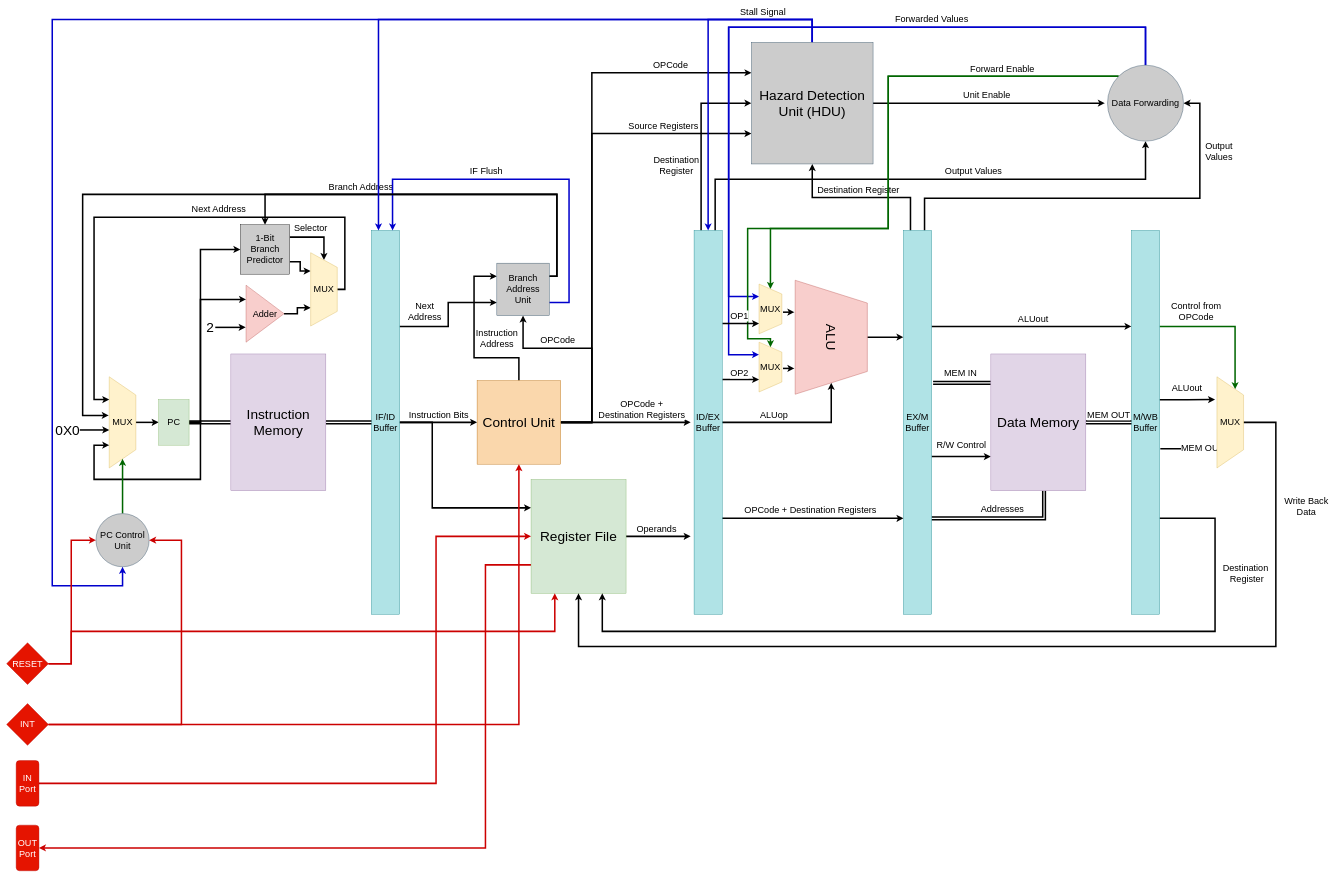
Before: docs/overall_system.drawio in mido3ds/pipeline-risc-cpu, a draw.io diagram. Source tidied: cells renumbered, new cells numbered last; positions are measured from the earlier drawing's top-left corner, leaving out a move shared by most shapes. Both pictures are drawn from the tidied source at 38%, with x=0, y=0 at pixel (6, 19).
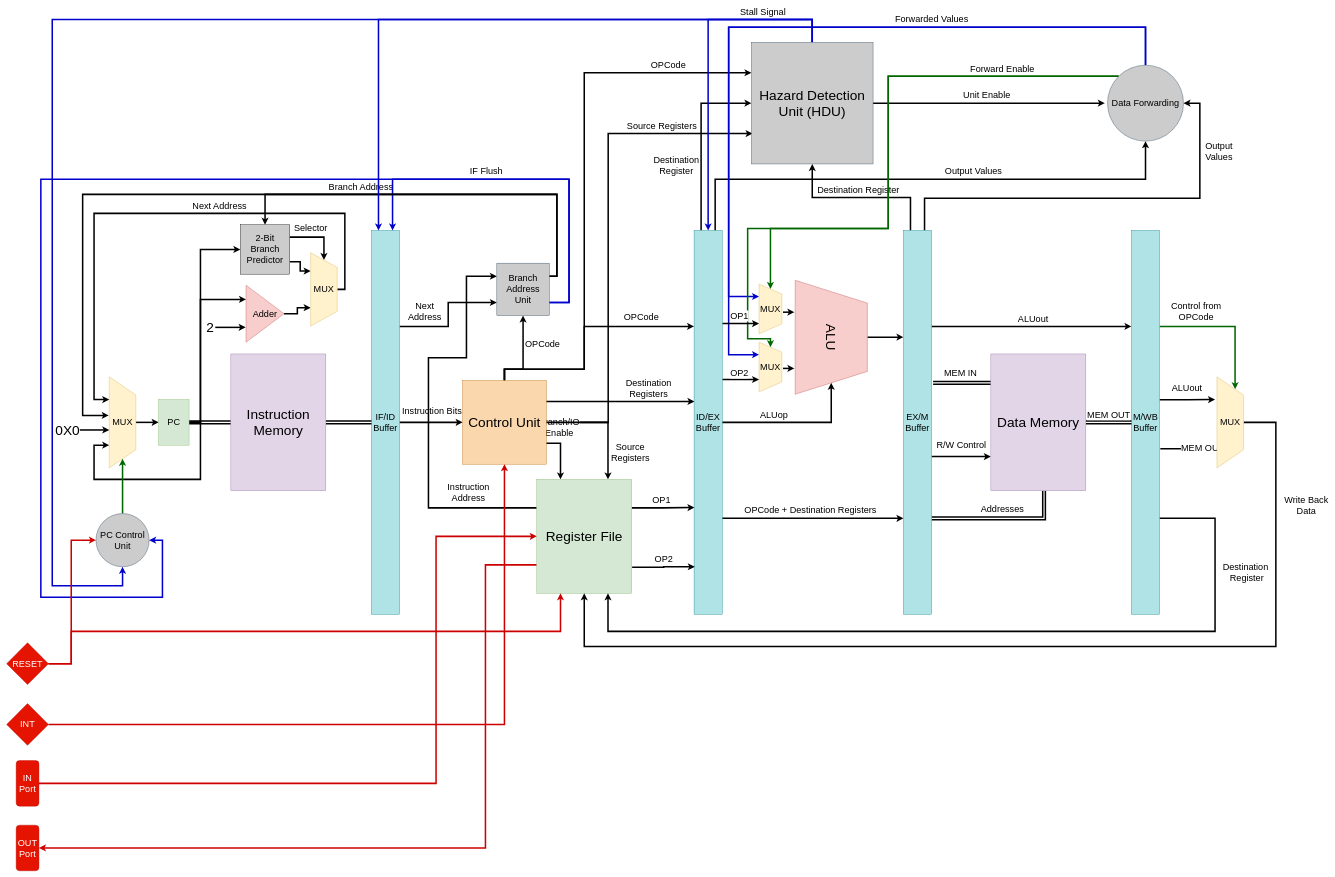
The same diagram, later.

Commit message:
rewiring fetch and decode stages

The change refers to these unchanged cells:
```xml
<mxCell id="5" value="&lt;font style=&quot;font-size: 24px&quot;&gt;IF/ID Buffer&lt;/font&gt;" style="rounded=0;whiteSpace=wrap;html=1;fillColor=#b0e3e6;strokeColor=#0e8088;" parent="1" vertex="1">
  <mxGeometry x="960" y="555" width="74" height="1010" as="geometry" />
</mxCell>
<mxCell id="11" value="&lt;font style=&quot;font-size: 24px&quot;&gt;MUX&lt;/font&gt;" style="shape=trapezoid;perimeter=trapezoidPerimeter;whiteSpace=wrap;html=1;direction=south;fillColor=#fff2cc;strokeColor=#d6b656;" parent="1" vertex="1">
  <mxGeometry x="270" y="940" width="70" height="240" as="geometry" />
</mxCell>
<mxCell id="19" value="&lt;font style=&quot;font-size: 24px&quot;&gt;PC Control Unit&lt;/font&gt;" style="ellipse;whiteSpace=wrap;html=1;fillColor=#CCCCCC;strokeColor=#23445d;" parent="1" vertex="1">
  <mxGeometry x="235" y="1300" width="140" height="140" as="geometry" />
</mxCell>
<mxCell id="36" value="&lt;font style=&quot;font-size: 24px&quot;&gt;ID/EX Buffer&lt;/font&gt;" style="rounded=0;whiteSpace=wrap;html=1;fillColor=#b0e3e6;strokeColor=#0e8088;" parent="1" vertex="1">
  <mxGeometry x="1809" y="555" width="74" height="1010" as="geometry" />
</mxCell>
<mxCell id="41" value="&lt;font style=&quot;font-size: 24px&quot;&gt;Branch Address Unit&lt;/font&gt;" style="whiteSpace=wrap;html=1;fillColor=#CCCCCC;strokeColor=#23445d;" parent="1" vertex="1">
  <mxGeometry x="1290" y="641" width="138" height="138" as="geometry" />
</mxCell>
<mxCell id="56" value="&lt;font style=&quot;font-size: 24px&quot;&gt;M/WB&lt;br&gt;Buffer&lt;/font&gt;" style="rounded=0;whiteSpace=wrap;html=1;fillColor=#b0e3e6;strokeColor=#0e8088;" parent="1" vertex="1">
  <mxGeometry x="2960" y="555" width="74" height="1010" as="geometry" />
</mxCell>
<mxCell id="60" value="&lt;font style=&quot;font-size: 24px&quot;&gt;MUX&lt;/font&gt;" style="shape=trapezoid;perimeter=trapezoidPerimeter;whiteSpace=wrap;html=1;direction=south;fillColor=#fff2cc;strokeColor=#d6b656;" parent="1" vertex="1">
  <mxGeometry x="3185" y="940" width="70" height="240" as="geometry" />
</mxCell>
<mxCell id="66" value="&lt;font style=&quot;font-size: 36px&quot;&gt;Hazard Detection Unit (HDU)&lt;/font&gt;" style="whiteSpace=wrap;html=1;fillColor=#CCCCCC;strokeColor=#23445d;" parent="1" vertex="1">
  <mxGeometry x="1960" y="60" width="320" height="320" as="geometry" />
</mxCell>
<mxCell id="81" value="&lt;font style=&quot;font-size: 24px&quot;&gt;RESET&lt;/font&gt;" style="rhombus;whiteSpace=wrap;html=1;fillColor=#e51400;strokeColor=#B20000;fontColor=#ffffff;" parent="1" vertex="1">
  <mxGeometry y="1640" width="110" height="110" as="geometry" />
</mxCell>
<mxCell id="84" value="&lt;font style=&quot;font-size: 24px&quot;&gt;INT&lt;/font&gt;" style="rhombus;whiteSpace=wrap;html=1;fillColor=#e51400;strokeColor=#B20000;fontColor=#ffffff;" parent="1" vertex="1">
  <mxGeometry y="1800" width="110" height="110" as="geometry" />
</mxCell>
<mxCell id="90" value="&lt;font style=&quot;font-size: 24px&quot;&gt;MUX&lt;/font&gt;" style="shape=trapezoid;perimeter=trapezoidPerimeter;whiteSpace=wrap;html=1;direction=south;fillColor=#fff2cc;strokeColor=#d6b656;" parent="1" vertex="1">
  <mxGeometry x="800" y="613.5" width="70" height="193" as="geometry" />
</mxCell>
```

The edit, as a diff of the source:
```diff
@@
     <mxCell id="2" value="&lt;font style=&quot;font-size: 24px&quot;&gt;Instruction&amp;nbsp;Bits&lt;/font&gt;" style="edgeStyle=orthogonalEdgeStyle;rounded=0;jettySize=auto;html=1;exitX=1;exitY=0.5;exitDx=0;exitDy=0;entryX=0;entryY=0.5;entryDx=0;entryDy=0;fillColor=none;strokeWidth=4;" parent="1" edge="1" source="5" target="27">
-      <mxGeometry x="0.01" y="20" relative="1" as="geometry" />
+      <mxGeometry x="0.04" y="30" relative="1" as="geometry">
+        <mxPoint x="-1" as="offset" />
+      </mxGeometry>
     </mxCell>
@@
-    <mxCell id="4" style="edgeStyle=orthogonalEdgeStyle;rounded=0;jettySize=auto;html=1;exitX=1;exitY=0.5;exitDx=0;exitDy=0;entryX=0;entryY=0.25;entryDx=0;entryDy=0;strokeWidth=4;" parent="1" edge="1" source="5" target="30">
-      <mxGeometry relative="1" as="geometry">
-        <Array as="points">
-          <mxPoint x="1120" y="1060" />
-          <mxPoint x="1120" y="1285" />
-        </Array>
-      </mxGeometry>
-    </mxCell>
@@
-    <mxCell id="20" style="edgeStyle=orthogonalEdgeStyle;rounded=0;jettySize=auto;html=1;exitX=1;exitY=0.5;exitDx=0;exitDy=0;fillColor=none;strokeWidth=4;" parent="1" edge="1" source="27">
+    <mxCell id="20" style="edgeStyle=orthogonalEdgeStyle;rounded=0;jettySize=auto;html=1;exitX=1;exitY=0.25;exitDx=0;exitDy=0;fillColor=none;strokeWidth=4;" parent="1" edge="1" source="27">
       <mxGeometry relative="1" as="geometry">
-        <mxPoint x="1800" y="1060" as="targetPoint" />
+        <mxPoint x="1810" y="1005" as="targetPoint" />
+        <Array as="points">
+          <mxPoint x="1770" y="1005" />
+          <mxPoint x="1770" y="1005" />
+        </Array>
       </mxGeometry>
     </mxCell>
-    <mxCell id="21" value="&lt;span style=&quot;font-size: 24px&quot;&gt;OPCode + &lt;br&gt;Destination Registers&lt;/span&gt;" style="text;html=1;align=center;verticalAlign=middle;labelBackgroundColor=#ffffff;" parent="20" vertex="1">
+    <mxCell id="21" value="&lt;span style=&quot;font-size: 24px&quot;&gt;Destination &lt;br&gt;Registers&lt;/span&gt;" style="text;html=1;align=center;verticalAlign=middle;labelBackgroundColor=#ffffff;" parent="20" vertex="1">
       <mxGeometry x="0.19" y="2" relative="1" as="geometry">
-        <mxPoint x="9.1" y="-33" as="offset" />
+        <mxPoint x="36.7" y="-33" as="offset" />
       </mxGeometry>
     </mxCell>
-    <mxCell id="22" style="edgeStyle=orthogonalEdgeStyle;rounded=0;jettySize=auto;html=1;exitX=1;exitY=0.5;exitDx=0;exitDy=0;entryX=0.5;entryY=1;entryDx=0;entryDy=0;fillColor=none;strokeWidth=4;" parent="1" edge="1" source="27" target="41">
+    <mxCell id="22" style="edgeStyle=orthogonalEdgeStyle;rounded=0;jettySize=auto;html=1;exitX=0.5;exitY=0;exitDx=0;exitDy=0;entryX=0.5;entryY=1;entryDx=0;entryDy=0;fillColor=none;strokeWidth=4;" parent="1" edge="1" source="27" target="41">
       <mxGeometry relative="1" as="geometry">
         <Array as="points">
-          <mxPoint x="1540" y="1060" />
-          <mxPoint x="1540" y="865" />
-          <mxPoint x="1359" y="865" />
+          <mxPoint x="1310" y="920" />
+          <mxPoint x="1359" y="920" />
         </Array>
       </mxGeometry>
     </mxCell>
-    <mxCell id="23" style="edgeStyle=orthogonalEdgeStyle;rounded=0;jettySize=auto;html=1;exitX=1;exitY=0.5;exitDx=0;exitDy=0;entryX=0;entryY=0.75;entryDx=0;entryDy=0;fillColor=none;strokeWidth=4;" parent="1" edge="1" source="27" target="66">
+    <mxCell id="23" style="edgeStyle=orthogonalEdgeStyle;rounded=0;orthogonalLoop=1;jettySize=auto;html=1;exitX=1;exitY=0.5;exitDx=0;exitDy=0;entryX=0;entryY=0.75;entryDx=0;entryDy=0;fillColor=none;strokeWidth=4;" parent="1" edge="1">
       <mxGeometry relative="1" as="geometry">
+        <mxPoint x="1423" y="1060" as="sourcePoint" />
+        <mxPoint x="1963" y="300" as="targetPoint" />
         <Array as="points">
-          <mxPoint x="1540" y="1060" />
-          <mxPoint x="1540" y="300" />
+          <mxPoint x="1583" y="1060" />
+          <mxPoint x="1583" y="300" />
         </Array>
       </mxGeometry>
     </mxCell>
@@
-    <mxCell id="25" value="&lt;font style=&quot;font-size: 24px&quot;&gt;OPCode&lt;/font&gt;" style="edgeStyle=orthogonalEdgeStyle;rounded=0;jettySize=auto;html=1;exitX=1;exitY=0.5;exitDx=0;exitDy=0;entryX=0;entryY=0.25;entryDx=0;entryDy=0;fillColor=none;strokeWidth=4;" parent="1" edge="1" source="27" target="66">
+    <mxCell id="25" value="&lt;font style=&quot;font-size: 24px&quot;&gt;OPCode&lt;/font&gt;" style="edgeStyle=orthogonalEdgeStyle;rounded=0;jettySize=auto;html=1;exitX=0.5;exitY=0;exitDx=0;exitDy=0;entryX=0;entryY=0.25;entryDx=0;entryDy=0;fillColor=none;strokeWidth=4;" parent="1" edge="1" source="27" target="66">
       <mxGeometry x="0.7" y="20" relative="1" as="geometry">
         <Array as="points">
-          <mxPoint x="1540" y="1060" />
-          <mxPoint x="1540" y="140" />
+          <mxPoint x="1310" y="920" />
+          <mxPoint x="1520" y="920" />
+          <mxPoint x="1520" y="140" />
         </Array>
       </mxGeometry>
     </mxCell>
-    <mxCell id="26" value="&lt;font style=&quot;font-size: 24px&quot;&gt;Instruction&lt;br&gt;Address&lt;/font&gt;" style="edgeStyle=orthogonalEdgeStyle;rounded=0;jettySize=auto;html=1;exitX=0.5;exitY=0;exitDx=0;exitDy=0;entryX=0;entryY=0.25;entryDx=0;entryDy=0;strokeColor=#000000;strokeWidth=4;fillColor=none;" parent="1" edge="1" source="27" target="41">
-      <mxGeometry x="0.01" y="-60" relative="1" as="geometry">
+    <mxCell id="26" value="&lt;font style=&quot;font-size: 24px&quot;&gt;Instruction&lt;br&gt;Address&lt;/font&gt;" style="edgeStyle=orthogonalEdgeStyle;rounded=0;jettySize=auto;html=1;exitX=0;exitY=0.25;exitDx=0;exitDy=0;entryX=0;entryY=0.25;entryDx=0;entryDy=0;strokeColor=#000000;strokeWidth=4;fillColor=none;" parent="1" edge="1" source="30" target="41">
+      <mxGeometry x="-0.74" y="57" relative="1" as="geometry">
         <Array as="points">
-          <mxPoint x="1348" y="890" />
-          <mxPoint x="1230" y="890" />
-          <mxPoint x="1230" y="676" />
+          <mxPoint x="1110" y="1285" />
+          <mxPoint x="1110" y="890" />
+          <mxPoint x="1210" y="890" />
+          <mxPoint x="1210" y="676" />
         </Array>
+        <mxPoint x="-40" y="-97" as="offset" />
       </mxGeometry>
     </mxCell>
+    <mxCell id="94" value="&lt;span style=&quot;font-size: 24px&quot;&gt;Branch/IO&lt;br&gt;&lt;/span&gt;&lt;span style=&quot;font-size: 24px&quot;&gt;Enable&lt;/span&gt;" style="edgeStyle=orthogonalEdgeStyle;rounded=0;jettySize=auto;html=1;exitX=1;exitY=0.75;exitDx=0;exitDy=0;entryX=0.25;entryY=0;entryDx=0;entryDy=0;strokeColor=#000000;strokeWidth=4;" parent="1" edge="1" source="27" target="30">
+      <mxGeometry x="-0.43" y="-67" relative="1" as="geometry">
+        <Array as="points">
+          <mxPoint x="1458" y="1115" />
+        </Array>
+        <mxPoint x="63" y="-42" as="offset" />
+      </mxGeometry>
+    </mxCell>
+    <mxCell id="95" value="&lt;span style=&quot;font-size: 24px&quot;&gt;Source &lt;br&gt;Registers&lt;/span&gt;" style="edgeStyle=orthogonalEdgeStyle;rounded=0;jettySize=auto;html=1;exitX=1;exitY=0.5;exitDx=0;exitDy=0;entryX=0.75;entryY=0;entryDx=0;entryDy=0;strokeColor=#000000;strokeWidth=4;" parent="1" edge="1" source="27" target="30">
+      <mxGeometry x="0.55" y="57" relative="1" as="geometry">
+        <mxPoint x="1" y="-1" as="offset" />
+      </mxGeometry>
+    </mxCell>
+    <mxCell id="96" style="edgeStyle=orthogonalEdgeStyle;rounded=0;jettySize=auto;html=1;exitX=0.5;exitY=0;exitDx=0;exitDy=0;entryX=0;entryY=0.25;entryDx=0;entryDy=0;strokeColor=#000000;strokeWidth=4;" parent="1" edge="1" source="27" target="36">
+      <mxGeometry relative="1" as="geometry">
+        <Array as="points">
+          <mxPoint x="1310" y="920" />
+          <mxPoint x="1520" y="920" />
+          <mxPoint x="1520" y="808" />
+        </Array>
+      </mxGeometry>
+    </mxCell>
     <mxCell id="27" value="&lt;font style=&quot;font-size: 36px&quot;&gt;Control Unit&lt;/font&gt;" style="whiteSpace=wrap;html=1;fillColor=#fad7ac;strokeColor=#b46504;" parent="1" vertex="1">
-      <mxGeometry x="1238" y="950" width="220" height="220" as="geometry" />
+      <mxGeometry x="1200" y="950" width="220" height="220" as="geometry" />
     </mxCell>
-    <mxCell id="28" value="&lt;font style=&quot;font-size: 24px&quot;&gt;Operands&lt;/font&gt;" style="edgeStyle=orthogonalEdgeStyle;rounded=0;jettySize=auto;html=1;exitX=1;exitY=0.5;exitDx=0;exitDy=0;fillColor=none;strokeWidth=4;" parent="1" edge="1" source="30">
+    <mxCell id="28" value="&lt;font style=&quot;font-size: 24px&quot;&gt;OP1&lt;br&gt;&lt;/font&gt;" style="edgeStyle=orthogonalEdgeStyle;rounded=0;jettySize=auto;html=1;exitX=1;exitY=0.25;exitDx=0;exitDy=0;fillColor=none;strokeWidth=4;" parent="1" edge="1" source="30">
       <mxGeometry x="-0.06" y="20" relative="1" as="geometry">
-        <mxPoint x="1800" y="1360" as="targetPoint" />
+        <mxPoint x="1810" y="1284" as="targetPoint" />
       </mxGeometry>
     </mxCell>
@@
     <mxCell id="30" value="&lt;font style=&quot;font-size: 36px&quot;&gt;Register File&lt;/font&gt;" style="rounded=0;whiteSpace=wrap;html=1;fillColor=#d5e8d4;strokeColor=#82b366;" parent="1" vertex="1">
-      <mxGeometry x="1380" y="1210" width="250" height="300" as="geometry" />
+      <mxGeometry x="1395" y="1210" width="250" height="300" as="geometry" />
     </mxCell>
@@
+    <mxCell id="97" style="edgeStyle=orthogonalEdgeStyle;rounded=0;jettySize=auto;html=1;exitX=1;exitY=0.75;exitDx=0;exitDy=0;entryX=1;entryY=0.5;entryDx=0;entryDy=0;strokeWidth=4;strokeColor=#0000CC;" parent="1" edge="1" source="41" target="19">
+      <mxGeometry relative="1" as="geometry">
+        <Array as="points">
+          <mxPoint x="1480" y="745" />
+          <mxPoint x="1480" y="420" />
+          <mxPoint x="90" y="420" />
+          <mxPoint x="90" y="1520" />
+          <mxPoint x="410" y="1520" />
+          <mxPoint x="410" y="1370" />
+        </Array>
+      </mxGeometry>
+    </mxCell>
@@
     <mxCell id="55" value="&lt;font style=&quot;font-size: 24px&quot;&gt;Destination&lt;br&gt;&amp;nbsp;Register&lt;/font&gt;" style="edgeStyle=orthogonalEdgeStyle;rounded=0;jettySize=auto;html=1;exitX=1;exitY=0.75;exitDx=0;exitDy=0;fillColor=none;entryX=0.75;entryY=1;entryDx=0;entryDy=0;strokeWidth=4;" parent="1" edge="1" source="56" target="30">
       <mxGeometry x="-0.73" y="80" relative="1" as="geometry">
         <Array as="points">
-          <mxPoint x="3180" y="1312" />
+          <mxPoint x="3180" y="1313" />
           <mxPoint x="3180" y="1610" />
-          <mxPoint x="1568" y="1610" />
+          <mxPoint x="1583" y="1610" />
         </Array>
         <mxPoint y="-1" as="offset" />
       </mxGeometry>
     </mxCell>
@@
     <mxCell id="59" value="&lt;font style=&quot;font-size: 24px&quot;&gt;Write Back &lt;br&gt;Data&lt;/font&gt;" style="edgeStyle=orthogonalEdgeStyle;rounded=0;jettySize=auto;html=1;exitX=0.5;exitY=0;exitDx=0;exitDy=0;fillColor=none;strokeWidth=4;entryX=0.5;entryY=1;entryDx=0;entryDy=0;" parent="1" edge="1" source="60" target="30">
       <mxGeometry x="-0.77" y="80" relative="1" as="geometry">
         <Array as="points">
           <mxPoint x="3340" y="1060" />
           <mxPoint x="3340" y="1650" />
-          <mxPoint x="1505" y="1650" />
+          <mxPoint x="1520" y="1650" />
         </Array>
         <mxPoint y="1" as="offset" />
       </mxGeometry>
     </mxCell>
@@
     <mxCell id="72" value="&lt;span style=&quot;font-size: 24px&quot;&gt;OPCode&lt;br&gt;&lt;/span&gt;" style="text;html=1;align=center;verticalAlign=middle;labelBackgroundColor=#ffffff;" parent="1" vertex="1">
-      <mxGeometry x="1440" y="870" as="geometry">
+      <mxGeometry x="1400" y="880" as="geometry">
         <mxPoint x="9.1" y="-28" as="offset" />
       </mxGeometry>
     </mxCell>
@@
     <mxCell id="80" style="edgeStyle=orthogonalEdgeStyle;rounded=0;jettySize=auto;html=1;exitX=1;exitY=0.5;exitDx=0;exitDy=0;entryX=0.25;entryY=1;entryDx=0;entryDy=0;strokeColor=#CC0000;strokeWidth=4;fillColor=none;" parent="1" edge="1" source="81" target="30">
       <mxGeometry relative="1" as="geometry">
         <Array as="points">
           <mxPoint x="170" y="1695" />
           <mxPoint x="170" y="1610" />
-          <mxPoint x="1442" y="1610" />
+          <mxPoint x="1458" y="1610" />
         </Array>
       </mxGeometry>
     </mxCell>
@@
-    <mxCell id="82" style="edgeStyle=orthogonalEdgeStyle;rounded=0;jettySize=auto;html=1;exitX=1;exitY=0.5;exitDx=0;exitDy=0;entryX=1;entryY=0.5;entryDx=0;entryDy=0;strokeColor=#CC0000;strokeWidth=4;fillColor=none;" parent="1" edge="1" source="84" target="19">
-      <mxGeometry relative="1" as="geometry">
-        <Array as="points">
-          <mxPoint x="460" y="1855" />
-          <mxPoint x="460" y="1370" />
-        </Array>
-      </mxGeometry>
-    </mxCell>
@@
-    <mxCell id="88" value="&lt;font style=&quot;font-size: 24px&quot;&gt;1-Bit Branch Predictor&lt;/font&gt;" style="whiteSpace=wrap;html=1;fillColor=#CCCCCC;" parent="1" vertex="1">
+    <mxCell id="88" value="&lt;font style=&quot;font-size: 24px&quot;&gt;2-Bit Branch Predictor&lt;/font&gt;" style="whiteSpace=wrap;html=1;fillColor=#CCCCCC;" parent="1" vertex="1">
       <mxGeometry x="615" y="540" width="130" height="130" as="geometry" />
     </mxCell>
     <mxCell id="89" value="&lt;font style=&quot;font-size: 24px&quot;&gt;Next Address&lt;/font&gt;" style="edgeStyle=orthogonalEdgeStyle;rounded=0;jettySize=auto;html=1;exitX=0.5;exitY=0;exitDx=0;exitDy=0;entryX=0.25;entryY=1;entryDx=0;entryDy=0;strokeColor=#000000;strokeWidth=4;fillColor=none;" parent="1" edge="1" source="90" target="11">
       <mxGeometry x="-0.22" y="-20" relative="1" as="geometry">
         <Array as="points">
           <mxPoint x="890" y="710" />
-          <mxPoint x="890" y="520" />
-          <mxPoint x="230" y="520" />
+          <mxPoint x="890" y="510" />
+          <mxPoint x="230" y="510" />
           <mxPoint x="230" y="1000" />
         </Array>
       </mxGeometry>
     </mxCell>
@@
+    <mxCell id="98" value="&lt;span style=&quot;font-size: 24px&quot;&gt;OPCode&lt;br&gt;&lt;/span&gt;" style="text;html=1;align=center;verticalAlign=middle;labelBackgroundColor=#ffffff;" parent="1" vertex="1">
+      <mxGeometry x="1660" y="810" as="geometry">
+        <mxPoint x="9.1" y="-28" as="offset" />
+      </mxGeometry>
+    </mxCell>
+    <mxCell id="99" value="&lt;font style=&quot;font-size: 24px&quot;&gt;OP2&lt;br&gt;&lt;/font&gt;" style="edgeStyle=orthogonalEdgeStyle;rounded=0;orthogonalLoop=1;jettySize=auto;html=1;exitX=1;exitY=0.25;exitDx=0;exitDy=0;fillColor=none;strokeWidth=4;" parent="1" edge="1">
+      <mxGeometry x="0.01" y="21" relative="1" as="geometry">
+        <mxPoint x="1646" y="1441" as="sourcePoint" />
+        <mxPoint x="1811" y="1440" as="targetPoint" />
+        <Array as="points">
+          <mxPoint x="1729" y="1441" />
+          <mxPoint x="1811" y="1440" />
+        </Array>
+      </mxGeometry>
+    </mxCell>
```
